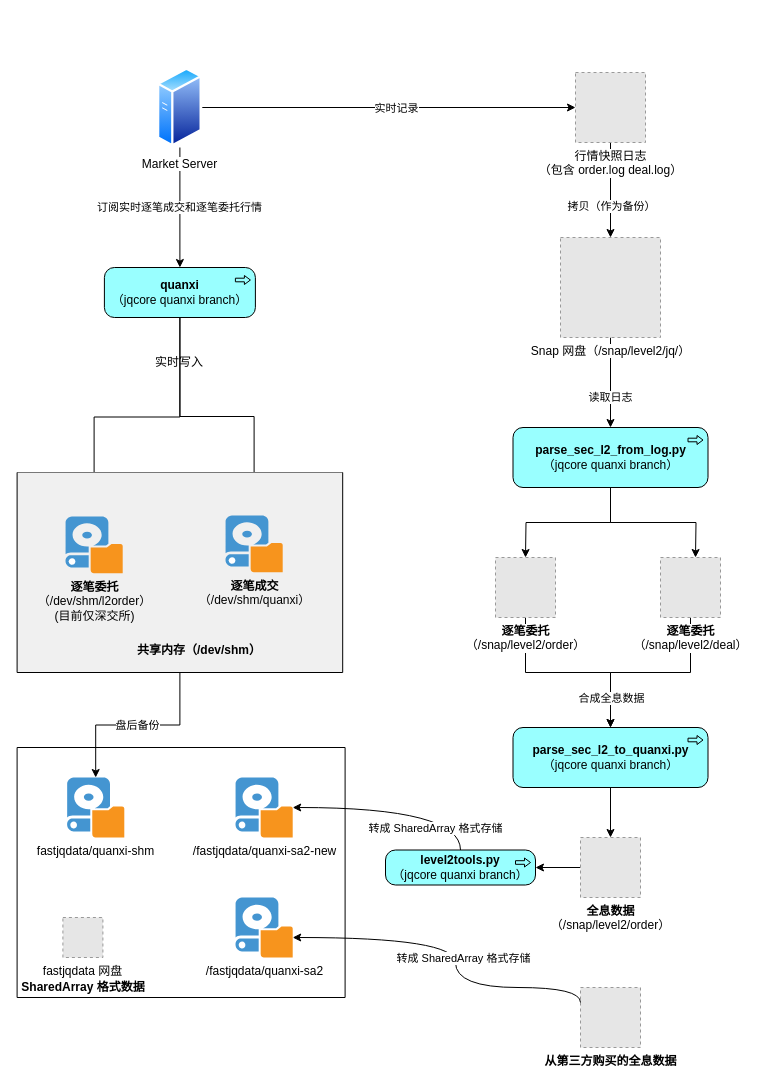
This is 全息数据处理流程.drawio from kuanghy/app-diagrams-repo, a draw.io file, before an edit. Source tidied: cells renumbered, new cells numbered last; positions are measured from the earlier drawing's top-left corner, leaving out a move shared by most shapes. Both pictures are drawn from the tidied source at 100%, with x=0, y=0 at pixel (17, 67). Pictures stored in the file or linked from it are replaced by grey dashed boxes.
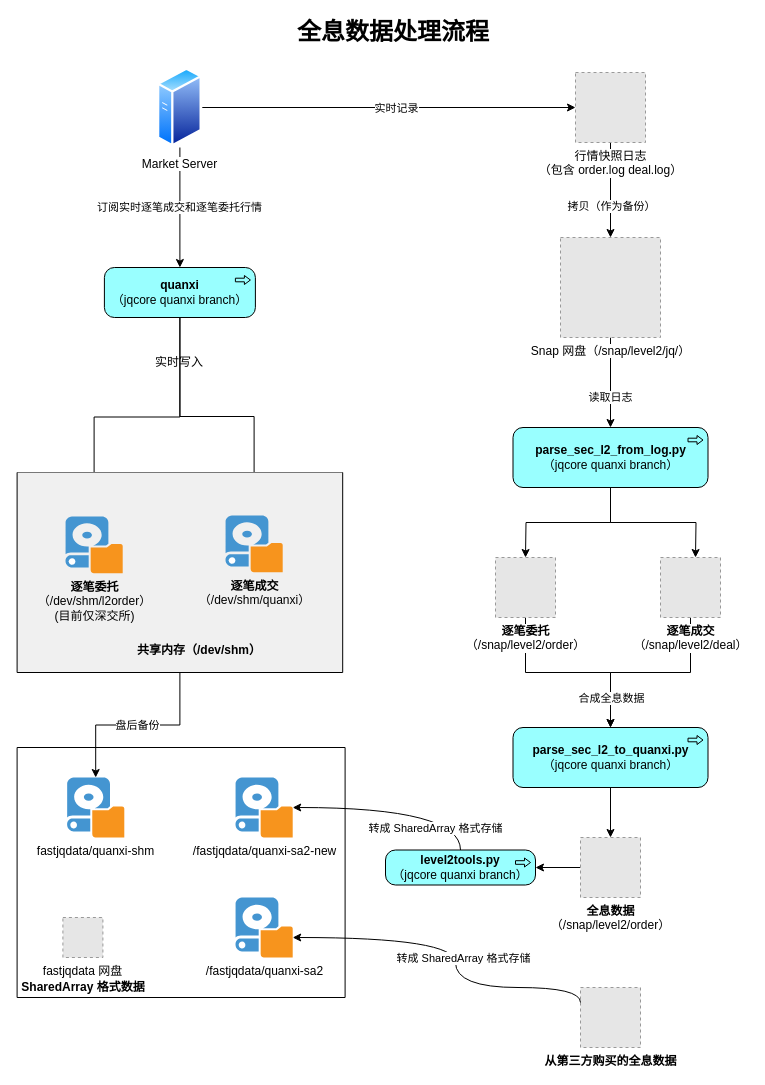
The same page after the edit.

Commit message (it also covers changes not shown here):
更新全息数据处理流程.drawio

Diff of the diagram source:
```diff
@@
-    <mxCell id="26" value="&lt;b&gt;逐笔委托&lt;br&gt;&lt;/b&gt;（/snap/level2/deal）" style="fillColor=#E6E6E6;strokeColor=#999999;dashed=1;html=1;verticalAlign=top;verticalLabelPosition=bottom;labelBackgroundColor=#ffffff;" parent="1" vertex="1">
+    <mxCell id="26" value="&lt;b&gt;逐笔成交&lt;br&gt;&lt;/b&gt;（/snap/level2/deal）" style="fillColor=#E6E6E6;strokeColor=#999999;dashed=1;html=1;verticalAlign=top;verticalLabelPosition=bottom;labelBackgroundColor=#ffffff;" parent="1" vertex="1">
       <mxGeometry x="643" y="490" width="60" height="60" as="geometry" />
     </mxCell>
@@
+    <mxCell id="44" value="&lt;b&gt;&lt;font style=&quot;font-size: 24px&quot;&gt;全息数据处理流程&lt;/font&gt;&lt;/b&gt;" style="text;html=1;strokeColor=none;fillColor=none;align=center;verticalAlign=middle;whiteSpace=wrap;rounded=0;" parent="1" vertex="1">
+      <mxGeometry x="255.5" y="-50" width="240" height="30" as="geometry" />
+    </mxCell>
```
